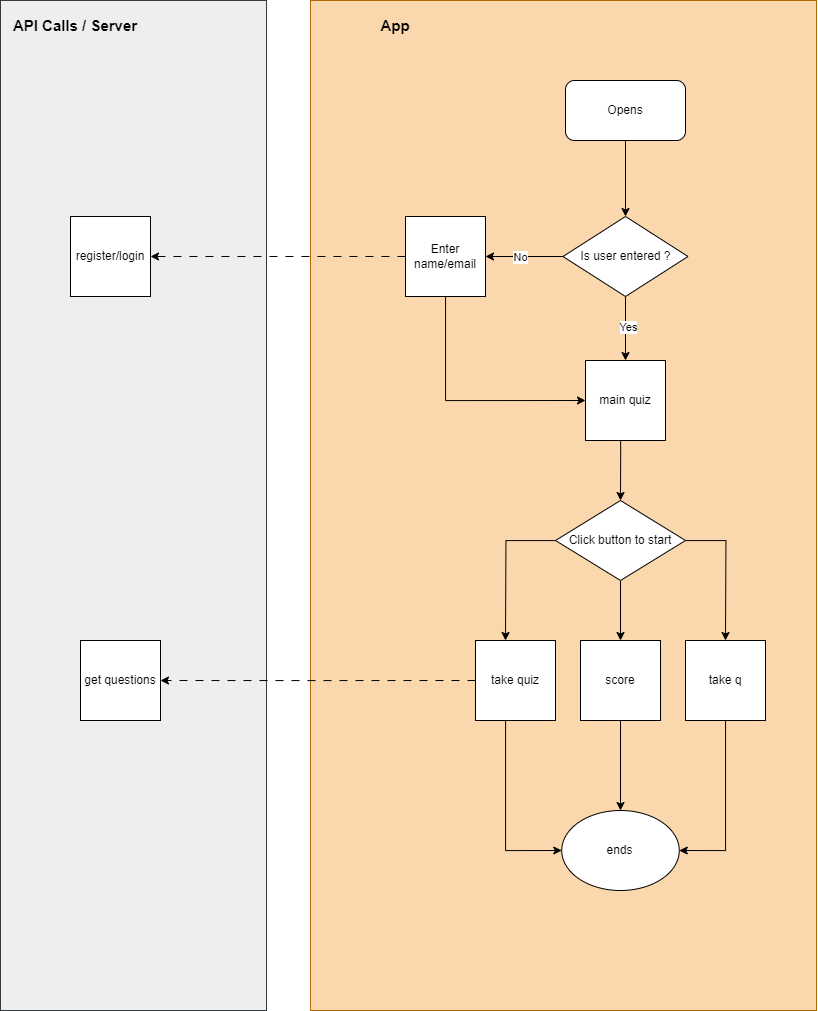
Above: dist/images/quizgameFlow.drawio.png in martinsbuchi2/alx_capstone_project (draw.io), before the change. Source tidied: cells renumbered, new cells last; positions are measured from the earlier drawing's top-left corner, leaving out a move shared by most shapes.
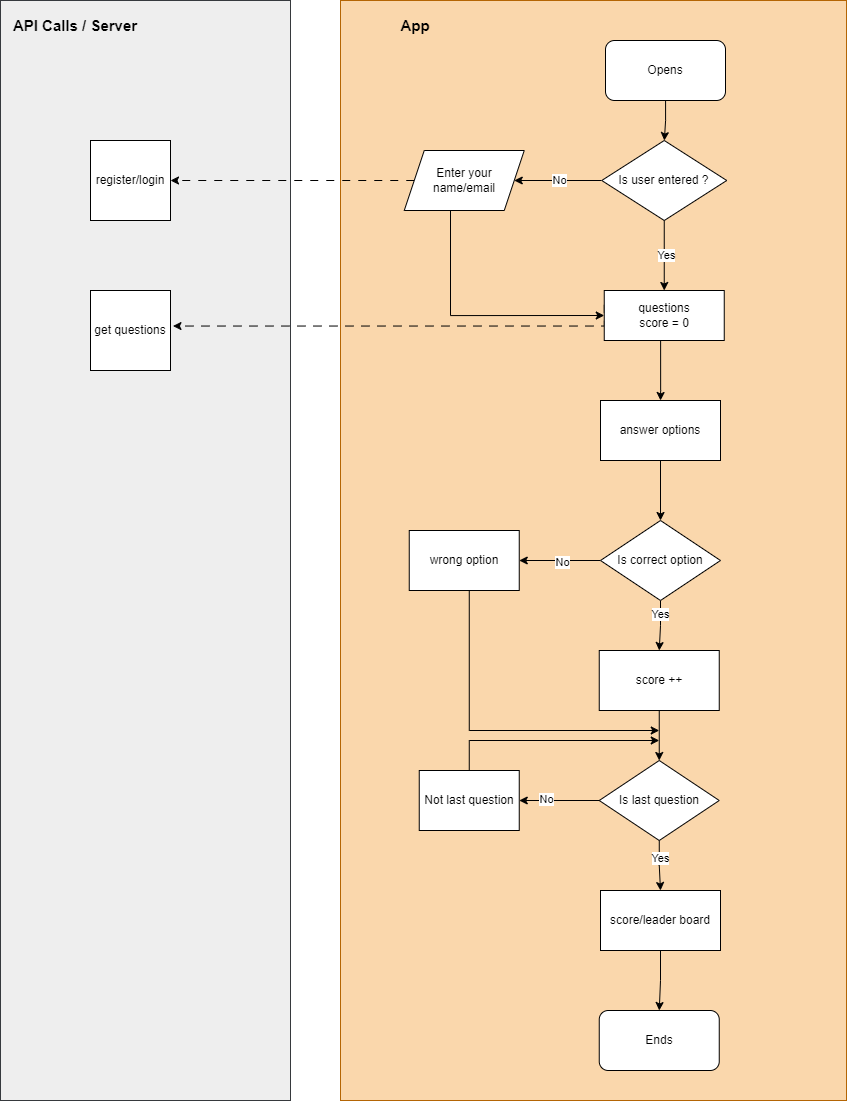
Above is the later version.

The edit, as a diff of the source:
```diff
@@ -3,120 +3,168 @@
     <mxCell id="0" />
     <mxCell id="1" parent="0" />
     <mxCell id="2" style="rounded=0;whiteSpace=wrap;html=1;fillColor=#eeeeee;strokeColor=#36393d;" parent="1" vertex="1">
-      <mxGeometry width="266" height="1010" as="geometry" />
+      <mxGeometry x="-20" y="-40" width="290" height="1100" as="geometry" />
     </mxCell>
     <mxCell id="3" style="rounded=0;whiteSpace=wrap;html=1;fillColor=#fad7ac;strokeColor=#b46504;" parent="1" vertex="1">
-      <mxGeometry x="310" width="506" height="1010" as="geometry" />
+      <mxGeometry x="320" y="-40" width="506" height="1100" as="geometry" />
     </mxCell>
     <mxCell id="4" style="edgeStyle=orthogonalEdgeStyle;rounded=0;jettySize=auto;html=1;" parent="1" edge="1" source="5" target="10">
       <mxGeometry relative="1" as="geometry" />
     </mxCell>
     <mxCell id="5" value="Opens" style="rounded=1;whiteSpace=wrap;html=1;" parent="1" vertex="1">
-      <mxGeometry x="565" y="80" width="120" height="60" as="geometry" />
+      <mxGeometry x="585" width="120" height="60" as="geometry" />
     </mxCell>
-    <mxCell id="6" style="edgeStyle=orthogonalEdgeStyle;rounded=0;jettySize=auto;html=1;entryX=0.5;entryY=0;entryDx=0;entryDy=0;" parent="1" edge="1" source="10" target="24">
-      <mxGeometry relative="1" as="geometry" />
-    </mxCell>
-    <mxCell id="7" value="Yes" style="edgeLabel;html=1;align=center;verticalAlign=middle;" parent="6" vertex="1">
-      <mxGeometry x="-0.03" y="2" relative="1" as="geometry">
-        <mxPoint y="-1" as="offset" />
-      </mxGeometry>
-    </mxCell>
-    <mxCell id="8" style="edgeStyle=orthogonalEdgeStyle;rounded=0;jettySize=auto;html=1;entryX=1;entryY=0.5;entryDx=0;entryDy=0;" parent="1" edge="1" source="10" target="27">
-      <mxGeometry relative="1" as="geometry" />
-    </mxCell>
-    <mxCell id="9" value="No" style="edgeLabel;html=1;align=center;verticalAlign=middle;" parent="8" vertex="1">
-      <mxGeometry x="0.13" relative="1" as="geometry" />
-    </mxCell>
+    <mxCell id="32" style="edgeStyle=orthogonalEdgeStyle;rounded=0;jettySize=auto;html=1;" parent="1" edge="1" source="10" target="59">
+      <mxGeometry relative="1" as="geometry" />
+    </mxCell>
+    <mxCell id="33" value="No" style="edgeLabel;html=1;align=center;verticalAlign=middle;" parent="32" vertex="1">
+      <mxGeometry x="-0.01" y="-1" relative="1" as="geometry" />
+    </mxCell>
+    <mxCell id="34" style="edgeStyle=orthogonalEdgeStyle;rounded=0;jettySize=auto;html=1;" parent="1" edge="1" source="10" target="56">
+      <mxGeometry relative="1" as="geometry" />
+    </mxCell>
+    <mxCell id="35" value="Yes" style="edgeLabel;html=1;align=center;verticalAlign=middle;" parent="34" vertex="1">
+      <mxGeometry x="-0.03" y="1" relative="1" as="geometry" />
+    </mxCell>
     <mxCell id="10" value="Is user entered ?" style="rhombus;whiteSpace=wrap;html=1;" parent="1" vertex="1">
-      <mxGeometry x="562.5" y="216" width="125" height="80" as="geometry" />
+      <mxGeometry x="581.2" y="100" width="125" height="80" as="geometry" />
     </mxCell>
-    <mxCell id="11" style="edgeStyle=orthogonalEdgeStyle;rounded=0;jettySize=auto;html=1;entryX=0.5;entryY=0;entryDx=0;entryDy=0;" parent="1" edge="1" target="15">
+    <mxCell id="11" style="edgeStyle=orthogonalEdgeStyle;rounded=0;jettySize=auto;html=1;entryX=0.5;entryY=0;entryDx=0;entryDy=0;" parent="1" edge="1" target="54">
       <mxGeometry relative="1" as="geometry">
-        <mxPoint x="620.1" y="430" as="sourcePoint" />
+        <mxPoint x="640.1" y="260" as="sourcePoint" />
         <Array as="points">
-          <mxPoint x="620" y="450" />
-          <mxPoint x="620" y="450" />
+          <mxPoint x="640" y="350" />
         </Array>
       </mxGeometry>
     </mxCell>
-    <mxCell id="12" style="edgeStyle=orthogonalEdgeStyle;rounded=0;jettySize=auto;html=1;" parent="1" edge="1" source="15">
-      <mxGeometry relative="1" as="geometry">
-        <mxPoint x="505" y="640" as="targetPoint" />
-      </mxGeometry>
-    </mxCell>
-    <mxCell id="13" style="edgeStyle=orthogonalEdgeStyle;rounded=0;jettySize=auto;html=1;" parent="1" edge="1" source="15">
-      <mxGeometry relative="1" as="geometry">
-        <mxPoint x="725" y="640" as="targetPoint" />
-      </mxGeometry>
-    </mxCell>
-    <mxCell id="14" style="edgeStyle=orthogonalEdgeStyle;rounded=0;jettySize=auto;html=1;entryX=0.5;entryY=0;entryDx=0;entryDy=0;" parent="1" edge="1" source="15" target="23">
-      <mxGeometry relative="1" as="geometry" />
-    </mxCell>
-    <mxCell id="15" value="Click button to start" style="rhombus;whiteSpace=wrap;html=1;" parent="1" vertex="1">
-      <mxGeometry x="555" y="500" width="130" height="80" as="geometry" />
-    </mxCell>
-    <mxCell id="16" style="edgeStyle=orthogonalEdgeStyle;rounded=0;jettySize=auto;html=1;entryX=0;entryY=0.5;entryDx=0;entryDy=0;" parent="1" edge="1" source="18" target="21">
-      <mxGeometry relative="1" as="geometry">
-        <Array as="points">
-          <mxPoint x="505" y="850" />
-        </Array>
-      </mxGeometry>
-    </mxCell>
-    <mxCell id="17" style="edgeStyle=orthogonalEdgeStyle;rounded=0;jettySize=auto;html=1;entryX=1;entryY=0.5;entryDx=0;entryDy=0;dashed=1;dashPattern=8 8;exitX=0;exitY=0.5;exitDx=0;exitDy=0;" parent="1" edge="1" source="18">
+    <mxCell id="17" style="edgeStyle=orthogonalEdgeStyle;rounded=0;orthogonalLoop=1;jettySize=auto;html=1;dashed=1;dashPattern=8 8;exitX=0;exitY=0.5;exitDx=0;exitDy=0;" parent="1" edge="1">
       <mxGeometry relative="1" as="geometry">
-        <mxPoint x="160" y="680" as="targetPoint" />
+        <mxPoint x="583.8" y="264.4" as="sourcePoint" />
+        <mxPoint x="152.5" y="285.6" as="targetPoint" />
+        <Array as="points">
+          <mxPoint x="583.5" y="285.6" />
+          <mxPoint x="152.5" y="285.6" />
+        </Array>
       </mxGeometry>
     </mxCell>
-    <mxCell id="18" value="take quiz" style="whiteSpace=wrap;html=1;" parent="1" vertex="1">
-      <mxGeometry x="475" y="640" width="80" height="80" as="geometry" />
-    </mxCell>
-    <mxCell id="19" style="edgeStyle=orthogonalEdgeStyle;rounded=0;jettySize=auto;html=1;entryX=1;entryY=0.5;entryDx=0;entryDy=0;" parent="1" edge="1" source="20" target="21">
-      <mxGeometry relative="1" as="geometry">
-        <Array as="points">
-          <mxPoint x="725" y="850" />
-        </Array>
-      </mxGeometry>
-    </mxCell>
-    <mxCell id="20" value="take q" style="whiteSpace=wrap;html=1;" parent="1" vertex="1">
-      <mxGeometry x="685" y="640" width="80" height="80" as="geometry" />
-    </mxCell>
-    <mxCell id="21" value="ends" style="ellipse;whiteSpace=wrap;html=1;" parent="1" vertex="1">
-      <mxGeometry x="561.2" y="810" width="117.5" height="80" as="geometry" />
-    </mxCell>
-    <mxCell id="22" style="edgeStyle=orthogonalEdgeStyle;rounded=0;jettySize=auto;html=1;entryX=0.5;entryY=0;entryDx=0;entryDy=0;" parent="1" edge="1" source="23" target="21">
-      <mxGeometry relative="1" as="geometry" />
-    </mxCell>
-    <mxCell id="23" value="score" style="whiteSpace=wrap;html=1;" parent="1" vertex="1">
-      <mxGeometry x="580" y="640" width="80" height="80" as="geometry" />
-    </mxCell>
-    <mxCell id="24" value="main quiz" style="whiteSpace=wrap;html=1;" parent="1" vertex="1">
-      <mxGeometry x="585" y="360" width="80" height="80" as="geometry" />
-    </mxCell>
+    <mxCell id="36" style="edgeStyle=orthogonalEdgeStyle;rounded=0;jettySize=auto;html=1;exitX=0.5;exitY=1;exitDx=0;exitDy=0;" parent="1" edge="1" source="55" target="48">
+      <mxGeometry relative="1" as="geometry" />
+    </mxCell>
-    <mxCell id="25" style="edgeStyle=orthogonalEdgeStyle;rounded=0;jettySize=auto;html=1;entryX=0;entryY=0.5;entryDx=0;entryDy=0;" parent="1" edge="1" source="27" target="24">
+    <mxCell id="25" style="edgeStyle=orthogonalEdgeStyle;rounded=0;jettySize=auto;html=1;entryX=0;entryY=0.5;entryDx=0;entryDy=0;exitX=0.419;exitY=0.987;exitDx=0;exitDy=0;exitPerimeter=0;" parent="1" edge="1" source="59" target="56">
       <mxGeometry relative="1" as="geometry">
         <Array as="points">
-          <mxPoint x="445" y="400" />
+          <mxPoint x="430" y="169" />
+          <mxPoint x="430" y="275" />
         </Array>
       </mxGeometry>
     </mxCell>
-    <mxCell id="26" style="edgeStyle=orthogonalEdgeStyle;rounded=0;jettySize=auto;html=1;entryX=1;entryY=0.5;entryDx=0;entryDy=0;dashed=1;dashPattern=8 8;" parent="1" edge="1" source="27" target="29">
-      <mxGeometry relative="1" as="geometry" />
+    <mxCell id="26" style="edgeStyle=orthogonalEdgeStyle;rounded=0;jettySize=auto;html=1;entryX=1;entryY=0.5;entryDx=0;entryDy=0;dashed=1;dashPattern=8 8;" parent="1" edge="1" source="59" target="29">
+      <mxGeometry relative="1" as="geometry">
+        <Array as="points">
+          <mxPoint x="150" y="140" />
+        </Array>
+      </mxGeometry>
     </mxCell>
-    <mxCell id="27" value="Enter name/email" style="whiteSpace=wrap;html=1;" parent="1" vertex="1">
-      <mxGeometry x="405" y="216" width="80" height="80" as="geometry" />
-    </mxCell>
     <mxCell id="28" value="get questions" style="whiteSpace=wrap;html=1;" parent="1" vertex="1">
-      <mxGeometry x="80" y="640" width="80" height="80" as="geometry" />
+      <mxGeometry x="70" y="250" width="80" height="80" as="geometry" />
     </mxCell>
     <mxCell id="29" value="register/login" style="whiteSpace=wrap;html=1;" parent="1" vertex="1">
-      <mxGeometry x="70" y="216" width="80" height="80" as="geometry" />
+      <mxGeometry x="70" y="100" width="80" height="80" as="geometry" />
     </mxCell>
     <mxCell id="30" value="&lt;b&gt;&lt;font style=&quot;font-size: 15px;&quot;&gt;API Calls / Server&lt;/font&gt;&lt;/b&gt;" style="text;html=1;strokeColor=none;fillColor=none;align=center;verticalAlign=middle;whiteSpace=wrap;rounded=0;" parent="1" vertex="1">
-      <mxGeometry x="10" y="10" width="130" height="30" as="geometry" />
+      <mxGeometry x="-10" y="-30" width="130" height="30" as="geometry" />
     </mxCell>
     <mxCell id="31" value="&lt;b&gt;&lt;font style=&quot;font-size: 15px;&quot;&gt;App&lt;/font&gt;&lt;/b&gt;" style="text;html=1;strokeColor=none;fillColor=none;align=center;verticalAlign=middle;whiteSpace=wrap;rounded=0;" parent="1" vertex="1">
-      <mxGeometry x="330" y="10" width="130" height="30" as="geometry" />
+      <mxGeometry x="330" y="-30" width="130" height="30" as="geometry" />
     </mxCell>
+    <mxCell id="37" style="edgeStyle=orthogonalEdgeStyle;rounded=0;jettySize=auto;html=1;" parent="1" edge="1" source="41" target="43">
+      <mxGeometry relative="1" as="geometry" />
+    </mxCell>
+    <mxCell id="38" value="No" style="edgeLabel;html=1;align=center;verticalAlign=middle;" parent="37" vertex="1">
+      <mxGeometry x="-0.04" y="1" relative="1" as="geometry" />
+    </mxCell>
+    <mxCell id="39" style="edgeStyle=orthogonalEdgeStyle;rounded=0;jettySize=auto;html=1;" parent="1" edge="1" source="41">
+      <mxGeometry relative="1" as="geometry">
+        <mxPoint x="638.8" y="610" as="targetPoint" />
+      </mxGeometry>
+    </mxCell>
+    <mxCell id="40" value="Yes" style="edgeLabel;html=1;align=center;verticalAlign=middle;" parent="39" vertex="1">
+      <mxGeometry x="-0.48" y="-1" relative="1" as="geometry">
+        <mxPoint y="-1" as="offset" />
+      </mxGeometry>
+    </mxCell>
+    <mxCell id="41" value="Is correct option" style="rhombus;whiteSpace=wrap;html=1;" parent="1" vertex="1">
+      <mxGeometry x="580" y="480" width="120" height="80" as="geometry" />
+    </mxCell>
+    <mxCell id="42" style="edgeStyle=orthogonalEdgeStyle;rounded=0;jettySize=auto;html=1;" parent="1" edge="1" source="43">
+      <mxGeometry relative="1" as="geometry">
+        <mxPoint x="638.8" y="690" as="targetPoint" />
+        <Array as="points">
+          <mxPoint x="448.8" y="690" />
+        </Array>
+      </mxGeometry>
+    </mxCell>
+    <mxCell id="43" value="wrong option" style="whiteSpace=wrap;html=1;" parent="1" vertex="1">
+      <mxGeometry x="388.8" y="490" width="110" height="60" as="geometry" />
+    </mxCell>
+    <mxCell id="44" style="edgeStyle=orthogonalEdgeStyle;rounded=0;jettySize=auto;html=1;" parent="1" edge="1" source="48" target="50">
+      <mxGeometry relative="1" as="geometry" />
+    </mxCell>
+    <mxCell id="45" value="No" style="edgeLabel;html=1;align=center;verticalAlign=middle;" parent="44" vertex="1">
+      <mxGeometry x="0.34" y="-2" relative="1" as="geometry" />
+    </mxCell>
+    <mxCell id="46" style="edgeStyle=orthogonalEdgeStyle;rounded=0;jettySize=auto;html=1;" parent="1" edge="1" source="48" target="52">
+      <mxGeometry relative="1" as="geometry" />
+    </mxCell>
+    <mxCell id="47" value="Yes" style="edgeLabel;html=1;align=center;verticalAlign=middle;" parent="46" vertex="1">
+      <mxGeometry x="-0.33" relative="1" as="geometry" />
+    </mxCell>
+    <mxCell id="48" value="Is last question" style="rhombus;whiteSpace=wrap;html=1;" parent="1" vertex="1">
+      <mxGeometry x="578.8" y="720" width="120" height="80" as="geometry" />
+    </mxCell>
+    <mxCell id="49" style="edgeStyle=orthogonalEdgeStyle;rounded=0;orthogonalLoop=1;jettySize=auto;html=1;" parent="1" edge="1">
+      <mxGeometry relative="1" as="geometry">
+        <mxPoint x="448.8" y="740" as="sourcePoint" />
+        <mxPoint x="638.8" y="700" as="targetPoint" />
+        <Array as="points">
+          <mxPoint x="448.8" y="700" />
+        </Array>
+      </mxGeometry>
+    </mxCell>
+    <mxCell id="50" value="Not last question" style="whiteSpace=wrap;html=1;" parent="1" vertex="1">
+      <mxGeometry x="398.8" y="730" width="100" height="60" as="geometry" />
+    </mxCell>
+    <mxCell id="51" style="edgeStyle=orthogonalEdgeStyle;rounded=0;jettySize=auto;html=1;" parent="1" edge="1" source="52" target="57">
+      <mxGeometry relative="1" as="geometry" />
+    </mxCell>
+    <mxCell id="52" value="score/leader board" style="whiteSpace=wrap;html=1;" parent="1" vertex="1">
+      <mxGeometry x="580" y="850" width="120" height="60" as="geometry" />
+    </mxCell>
+    <mxCell id="53" style="edgeStyle=orthogonalEdgeStyle;rounded=0;jettySize=auto;html=1;" parent="1" edge="1" source="54" target="41">
+      <mxGeometry relative="1" as="geometry" />
+    </mxCell>
+    <mxCell id="54" value="answer options" style="rounded=0;whiteSpace=wrap;html=1;" parent="1" vertex="1">
+      <mxGeometry x="580" y="360" width="120" height="60" as="geometry" />
+    </mxCell>
+    <mxCell id="55" value="score ++" style="whiteSpace=wrap;html=1;" parent="1" vertex="1">
+      <mxGeometry x="578.8" y="610" width="120" height="60" as="geometry" />
+    </mxCell>
+    <mxCell id="56" value="questions&lt;br&gt;score = 0" style="whiteSpace=wrap;html=1;" parent="1" vertex="1">
+      <mxGeometry x="583.8" y="250" width="120" height="50" as="geometry" />
+    </mxCell>
+    <mxCell id="57" value="Ends" style="rounded=1;whiteSpace=wrap;html=1;" parent="1" vertex="1">
+      <mxGeometry x="578.8" y="970" width="120" height="60" as="geometry" />
+    </mxCell>
+    <mxCell id="58" style="edgeStyle=orthogonalEdgeStyle;rounded=0;jettySize=auto;html=1;entryX=1;entryY=0.5;entryDx=0;entryDy=0;dashed=1;dashPattern=8 8;" parent="1" edge="1" target="59">
+      <mxGeometry relative="1" as="geometry">
+        <mxPoint x="450" y="130" as="sourcePoint" />
+        <Array as="points">
+          <mxPoint x="450" y="140" />
+        </Array>
+      </mxGeometry>
+    </mxCell>
+    <mxCell id="59" value="Enter your name/email" style="shape=parallelogram;perimeter=parallelogramPerimeter;whiteSpace=wrap;html=1;fixedSize=1;" parent="1" vertex="1">
+      <mxGeometry x="383.8" y="110" width="120" height="60" as="geometry" />
+    </mxCell>
   </root>
 </mxGraphModel>
```
